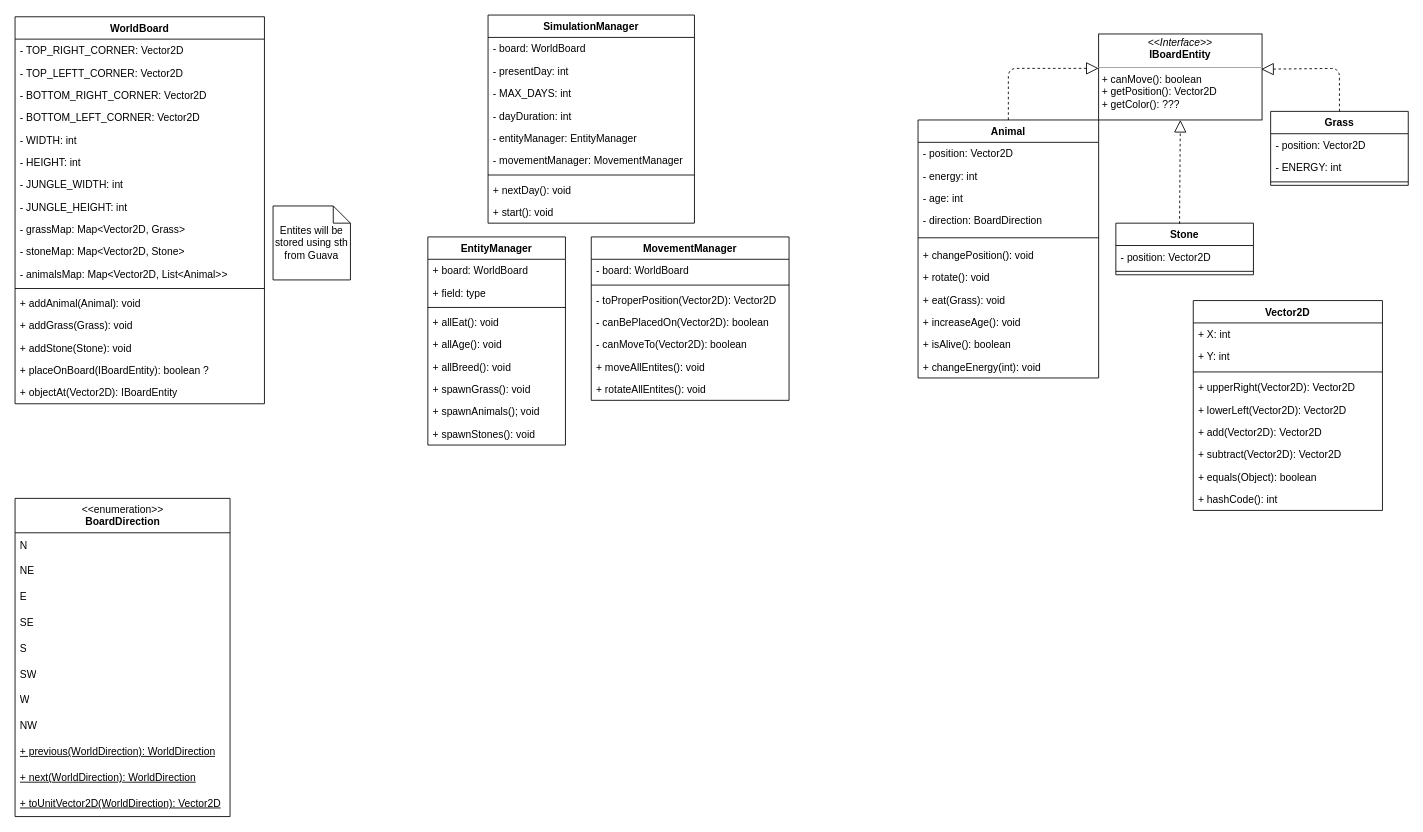
Above: Evolutionary Generator Remastered - class scheme.drawio in jakubsolecki/Evolutionary-Generator-Remastered (draw.io), before the change. Source tidied: cells renumbered, new cells numbered last; positions are measured from the earlier drawing's top-left corner, leaving out a move shared by most shapes. Both pictures are drawn from the tidied source at 86%, with x=0, y=0 at pixel (15, 15).
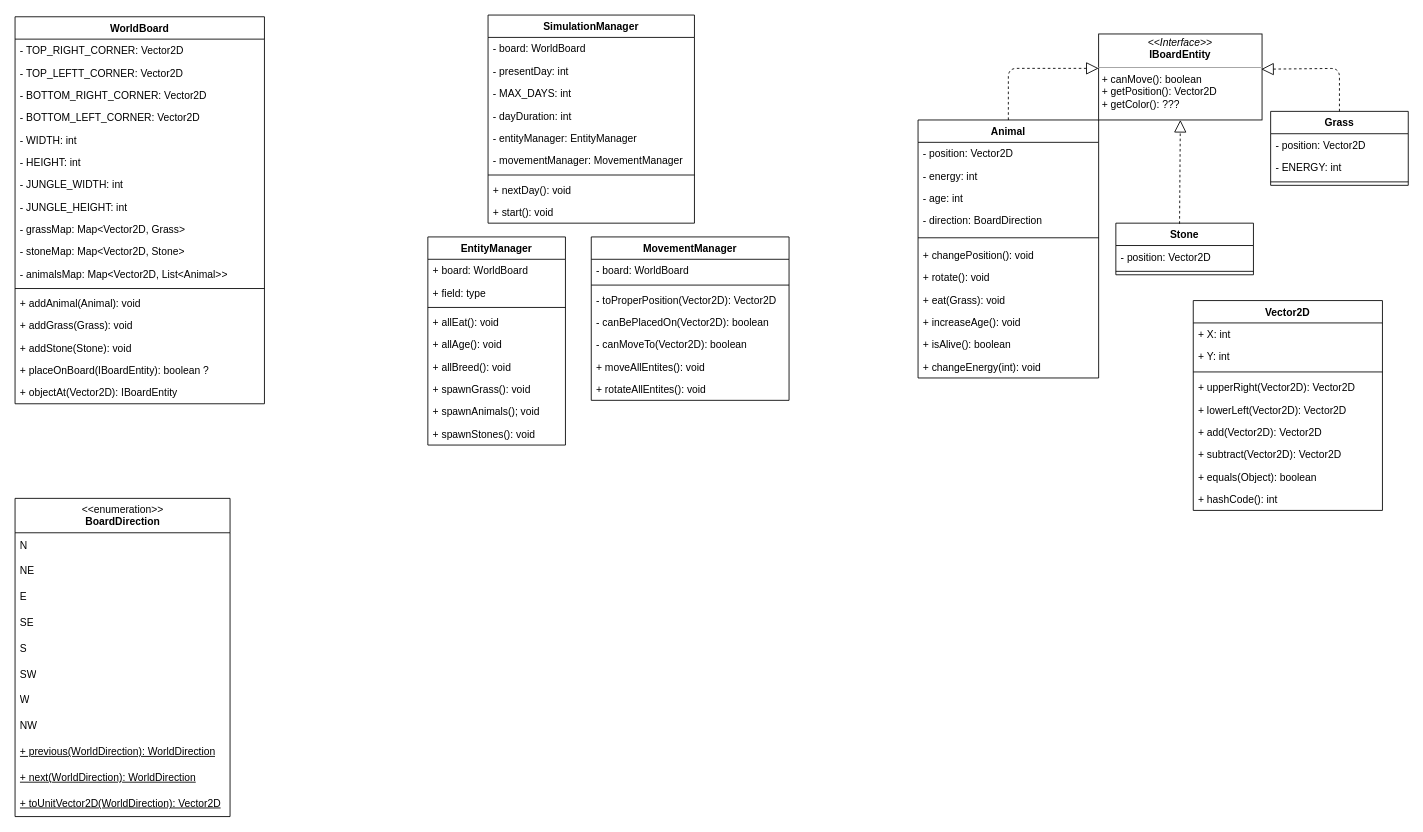
The same diagram, later.

Change to the diagram source:
```diff
@@
-    <mxCell id="93" value="Entites will be stored using sth from Guava" style="shape=note;size=20;whiteSpace=wrap;html=1;" parent="1" vertex="1">
-      <mxGeometry x="300" y="222" width="90" height="86" as="geometry" />
-    </mxCell>
```
